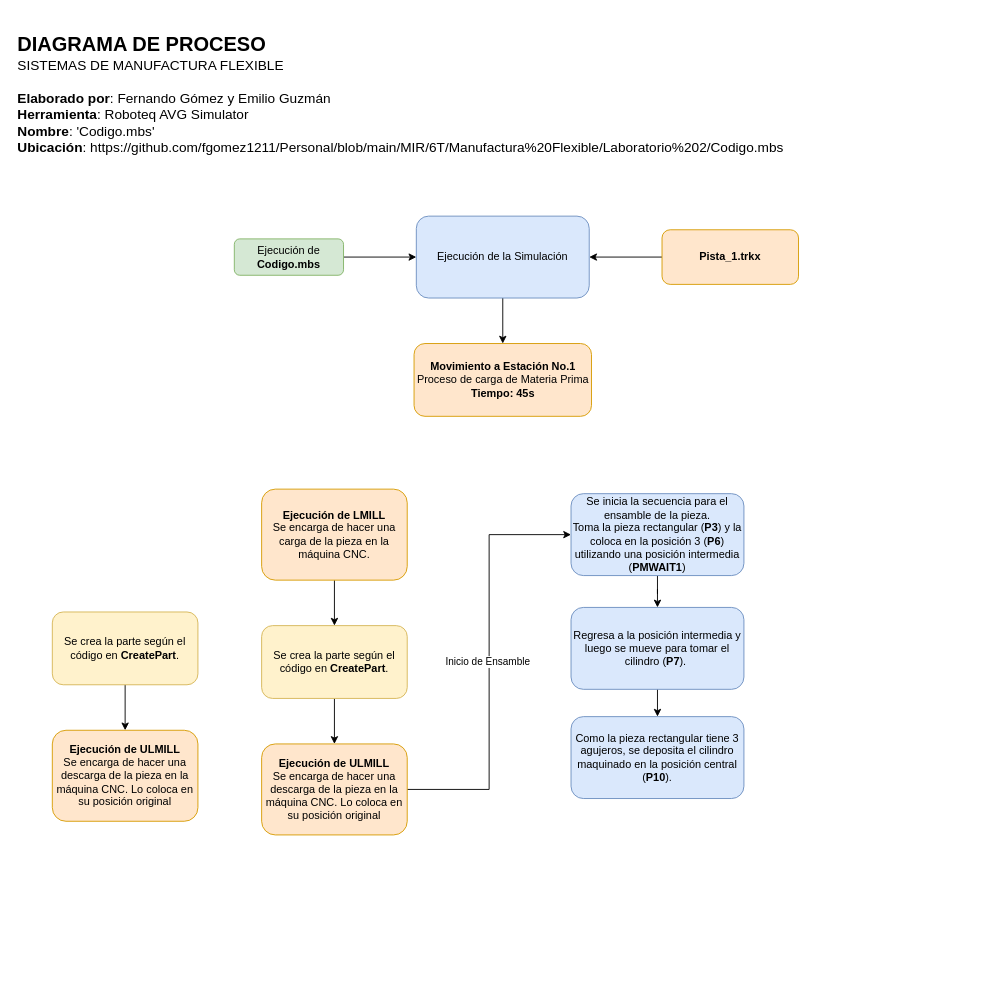
Before: MIR/6T/Manufactura Flexible/Laboratorio 2/Laboratorio 2 - Diagrama de Proceso.drawio in fgomez1211/Personal, a draw.io diagram. Source tidied: cells renumbered, new cells numbered last; positions are measured from the earlier drawing's top-left corner, leaving out a move shared by most shapes. Both pictures are drawn from the tidied source at 91%, with x=0, y=0 at pixel (15, 15).
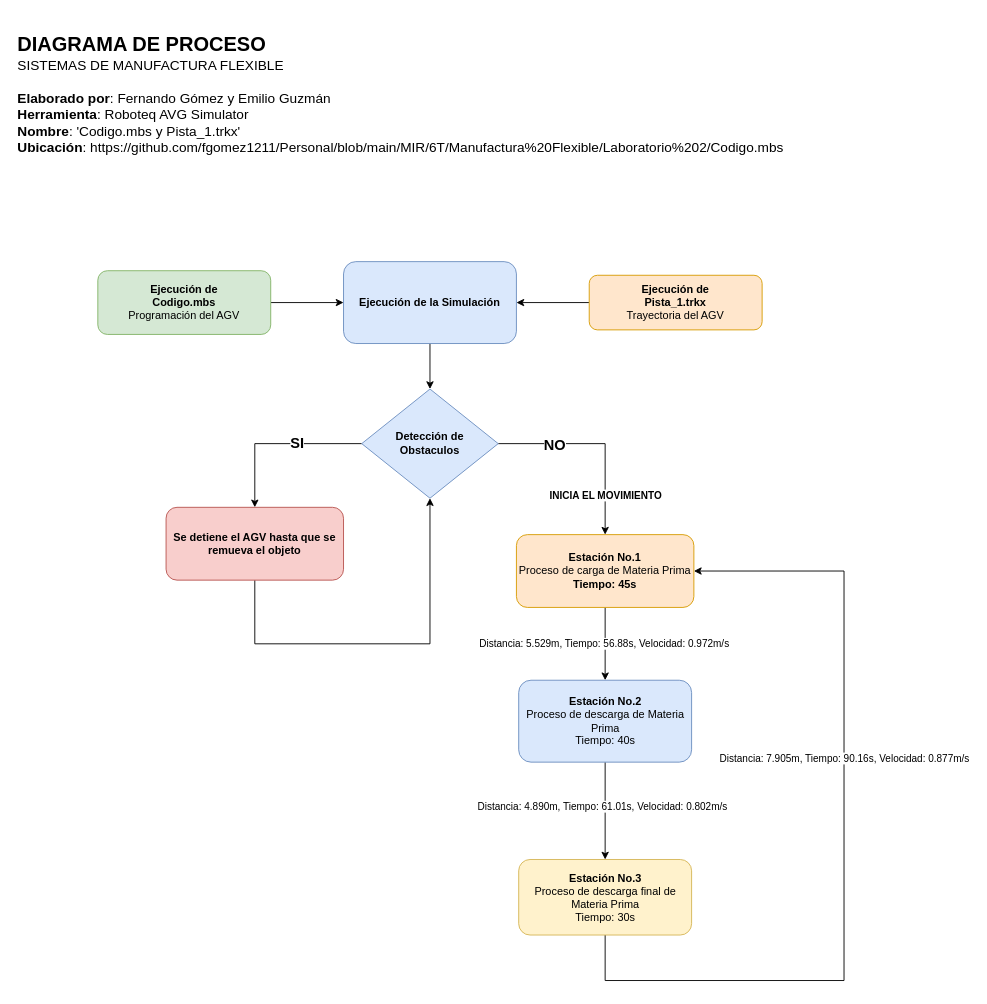
After the change.

What changed in the source:
```diff
@@
-    <mxCell id="3" value="Ejecución de &lt;b&gt;Codigo.mbs&lt;/b&gt;" style="rounded=1;whiteSpace=wrap;html=1;fontSize=12;glass=0;strokeWidth=1;shadow=0;fillColor=#d5e8d4;strokeColor=#82b366;" parent="1" vertex="1">
-      <mxGeometry x="240" y="245" width="120" height="40" as="geometry" />
+    <mxCell id="3" value="&lt;b&gt;Ejecución de &lt;/b&gt;&lt;br&gt;&lt;b&gt;Codigo.mbs&lt;/b&gt;&lt;br&gt;Programación del AGV" style="rounded=1;whiteSpace=wrap;html=1;fontSize=12;glass=0;strokeWidth=1;shadow=0;fillColor=#d5e8d4;strokeColor=#82b366;" parent="1" vertex="1">
+      <mxGeometry x="90" y="280" width="190" height="70" as="geometry" />
     </mxCell>
+    <mxCell id="24" value="Distancia: 5.529m, Tiempo: 56.88s, Velocidad: 0.972m/s&amp;nbsp;" style="edgeStyle=orthogonalEdgeStyle;rounded=0;jettySize=auto;html=1;exitX=0.5;exitY=1;exitDx=0;exitDy=0;entryX=0.5;entryY=0;entryDx=0;entryDy=0;" parent="1" edge="1" source="4" target="8">
+      <mxGeometry relative="1" as="geometry" />
+    </mxCell>
-    <mxCell id="4" value="&lt;b&gt;Movimiento a Estación No.1&lt;/b&gt;&lt;br&gt;Proceso de carga de Materia Prima&lt;br&gt;&lt;b&gt;Tiempo: 45s&lt;/b&gt;" style="whiteSpace=wrap;html=1;rounded=1;glass=0;strokeWidth=1;shadow=0;fillColor=#ffe6cc;strokeColor=#d79b00;" parent="1" vertex="1">
-      <mxGeometry x="437.5" y="360" width="195" height="80" as="geometry" />
+    <mxCell id="4" value="&lt;b&gt;Estación No.1&lt;/b&gt;&lt;br&gt;Proceso de carga de Materia Prima&lt;br&gt;&lt;b&gt;Tiempo: 45s&lt;/b&gt;" style="whiteSpace=wrap;html=1;rounded=1;glass=0;strokeWidth=1;shadow=0;fillColor=#ffe6cc;strokeColor=#d79b00;" parent="1" vertex="1">
+      <mxGeometry x="550" y="570" width="195" height="80" as="geometry" />
     </mxCell>
-    <mxCell id="5" style="edgeStyle=orthogonalEdgeStyle;rounded=0;jettySize=auto;html=1;entryX=0.5;entryY=0;entryDx=0;entryDy=0;" parent="1" edge="1" source="6" target="12">
-      <mxGeometry relative="1" as="geometry" />
-    </mxCell>
-    <mxCell id="6" value="Se crea la parte según el código en &lt;b&gt;CreatePart&lt;/b&gt;." style="whiteSpace=wrap;html=1;rounded=1;glass=0;strokeWidth=1;shadow=0;fillColor=#fff2cc;strokeColor=#d6b656;" parent="1" vertex="1">
-      <mxGeometry x="40" y="655" width="160" height="80" as="geometry" />
-    </mxCell>
-    <mxCell id="7" style="edgeStyle=orthogonalEdgeStyle;rounded=0;jettySize=auto;html=1;exitX=0.5;exitY=1;exitDx=0;exitDy=0;" parent="1" edge="1" source="8" target="20">
-      <mxGeometry relative="1" as="geometry" />
-    </mxCell>
+    <mxCell id="25" style="edgeStyle=orthogonalEdgeStyle;rounded=0;jettySize=auto;html=1;exitX=0.5;exitY=1;exitDx=0;exitDy=0;" parent="1" edge="1" source="8" target="30">
+      <mxGeometry relative="1" as="geometry" />
+    </mxCell>
+    <mxCell id="26" value="Distancia: 4.890m, Tiempo: 61.01s, Velocidad: 0.802m/s&amp;nbsp;" style="edgeLabel;html=1;align=center;verticalAlign=middle;" parent="25" vertex="1">
+      <mxGeometry x="-0.1" y="-2" relative="1" as="geometry" />
+    </mxCell>
-    <mxCell id="8" value="Se inicia la secuencia para el ensamble de la pieza. &lt;br&gt;Toma la pieza rectangular (&lt;b&gt;P3&lt;/b&gt;) y la coloca en la posición 3 (&lt;b&gt;P6&lt;/b&gt;) utilizando una posición intermedia (&lt;b&gt;PMWAIT1&lt;/b&gt;)" style="whiteSpace=wrap;html=1;rounded=1;glass=0;strokeWidth=1;shadow=0;fillColor=#dae8fc;strokeColor=#6c8ebf;" parent="1" vertex="1">
-      <mxGeometry x="610" y="525" width="190" height="90" as="geometry" />
+    <mxCell id="8" value="&lt;b&gt;Estación No.2&lt;br&gt;&lt;/b&gt;Proceso de descarga de Materia Prima&lt;br&gt;Tiempo: 40s" style="whiteSpace=wrap;html=1;rounded=1;glass=0;strokeWidth=1;shadow=0;fillColor=#dae8fc;strokeColor=#6c8ebf;" parent="1" vertex="1">
+      <mxGeometry x="552.5" y="730" width="190" height="90" as="geometry" />
     </mxCell>
-    <mxCell id="9" value="&lt;b style=&quot;font-size: 22px;&quot;&gt;DIAGRAMA DE PROCESO&lt;br&gt;&lt;/b&gt;&lt;font style=&quot;font-size: 15px;&quot;&gt;&lt;span style=&quot;font-size: 15px;&quot;&gt;SISTEMAS DE MANUFACTURA FLEXIBLE&lt;br&gt;&lt;/span&gt;&lt;br&gt;&lt;span style=&quot;font-size: 15px;&quot;&gt;&lt;b&gt;Elaborado por&lt;/b&gt;: Fernando Gómez y Emilio Guzmán&lt;/span&gt;&lt;br&gt;&lt;span style=&quot;font-size: 15px;&quot;&gt;&lt;b&gt;Herramienta&lt;/b&gt;: Roboteq AVG Simulator&lt;/span&gt;&lt;br&gt;&lt;span style=&quot;font-size: 15px;&quot;&gt;&lt;b&gt;Nombre&lt;/b&gt;: 'Codigo.mbs'&lt;/span&gt;&lt;br&gt;&lt;font style=&quot;font-size: 15px;&quot;&gt;&lt;b&gt;Ubicación&lt;/b&gt;:&amp;nbsp;https://github.com/fgomez1211/Personal/blob/main/MIR/6T/Manufactura%20Flexible/Laboratorio%202/Codigo.mbs&lt;br&gt;&lt;/font&gt;&lt;br&gt;&lt;/font&gt;" style="text;html=1;strokeColor=none;fillColor=none;align=left;verticalAlign=middle;whiteSpace=wrap;rounded=0;" parent="1" vertex="1">
+    <mxCell id="9" value="&lt;b style=&quot;font-size: 22px;&quot;&gt;DIAGRAMA DE PROCESO&lt;br&gt;&lt;/b&gt;&lt;font style=&quot;font-size: 15px;&quot;&gt;&lt;span style=&quot;font-size: 15px;&quot;&gt;SISTEMAS DE MANUFACTURA FLEXIBLE&lt;br&gt;&lt;/span&gt;&lt;br&gt;&lt;span style=&quot;font-size: 15px;&quot;&gt;&lt;b&gt;Elaborado por&lt;/b&gt;: Fernando Gómez y Emilio Guzmán&lt;/span&gt;&lt;br&gt;&lt;span style=&quot;font-size: 15px;&quot;&gt;&lt;b&gt;Herramienta&lt;/b&gt;: Roboteq AVG Simulator&lt;/span&gt;&lt;br&gt;&lt;span style=&quot;font-size: 15px;&quot;&gt;&lt;b&gt;Nombre&lt;/b&gt;: 'Codigo.mbs y Pista_1.trkx'&lt;/span&gt;&lt;br&gt;&lt;font style=&quot;font-size: 15px;&quot;&gt;&lt;b&gt;Ubicación&lt;/b&gt;:&amp;nbsp;https://github.com/fgomez1211/Personal/blob/main/MIR/6T/Manufactura%20Flexible/Laboratorio%202/Codigo.mbs&lt;br&gt;&lt;/font&gt;&lt;br&gt;&lt;/font&gt;" style="text;html=1;strokeColor=none;fillColor=none;align=left;verticalAlign=middle;whiteSpace=wrap;rounded=0;" parent="1" vertex="1">
       <mxGeometry width="860" height="190" as="geometry" />
     </mxCell>
@@
-    <mxCell id="11" value="&lt;b&gt;Pista_1.trkx&lt;/b&gt;" style="whiteSpace=wrap;html=1;rounded=1;glass=0;strokeWidth=1;shadow=0;fillColor=#ffe6cc;strokeColor=#d79b00;" parent="1" vertex="1">
-      <mxGeometry x="710" y="235" width="150" height="60" as="geometry" />
+    <mxCell id="11" value="&lt;b&gt;Ejecución de&lt;/b&gt;&lt;br&gt;&lt;b&gt;Pista_1.trkx&lt;/b&gt;&lt;br&gt;Trayectoria del AGV" style="whiteSpace=wrap;html=1;rounded=1;glass=0;strokeWidth=1;shadow=0;fillColor=#ffe6cc;strokeColor=#d79b00;" parent="1" vertex="1">
+      <mxGeometry x="630" y="285" width="190" height="60" as="geometry" />
     </mxCell>
-    <mxCell id="12" value="&lt;b&gt;Ejecución de ULMILL&lt;br&gt;&lt;/b&gt;Se encarga de hacer una descarga de la pieza en la máquina CNC. Lo coloca en su posición original" style="whiteSpace=wrap;html=1;rounded=1;glass=0;strokeWidth=1;shadow=0;fillColor=#ffe6cc;strokeColor=#d79b00;" parent="1" vertex="1">
-      <mxGeometry x="40" y="785" width="160" height="100" as="geometry" />
-    </mxCell>
-    <mxCell id="13" style="edgeStyle=orthogonalEdgeStyle;rounded=0;jettySize=auto;html=1;entryX=0.5;entryY=0;entryDx=0;entryDy=0;" parent="1" edge="1" source="14" target="16">
-      <mxGeometry relative="1" as="geometry" />
-    </mxCell>
-    <mxCell id="14" value="&lt;b&gt;Ejecución de LMILL&lt;br&gt;&lt;/b&gt;Se encarga de hacer una carga de la pieza en la máquina CNC." style="whiteSpace=wrap;html=1;rounded=1;glass=0;strokeWidth=1;shadow=0;fillColor=#ffe6cc;strokeColor=#d79b00;" parent="1" vertex="1">
-      <mxGeometry x="270" y="520" width="160" height="100" as="geometry" />
-    </mxCell>
-    <mxCell id="15" style="edgeStyle=orthogonalEdgeStyle;rounded=0;jettySize=auto;html=1;exitX=0.5;exitY=1;exitDx=0;exitDy=0;entryX=0.5;entryY=0;entryDx=0;entryDy=0;" parent="1" edge="1" source="16" target="18">
-      <mxGeometry relative="1" as="geometry" />
-    </mxCell>
-    <mxCell id="16" value="Se crea la parte según el código en &lt;b&gt;CreatePart&lt;/b&gt;." style="whiteSpace=wrap;html=1;rounded=1;glass=0;strokeWidth=1;shadow=0;fillColor=#fff2cc;strokeColor=#d6b656;" parent="1" vertex="1">
-      <mxGeometry x="270" y="670" width="160" height="80" as="geometry" />
-    </mxCell>
-    <mxCell id="17" value="Inicio de Ensamble&amp;nbsp;" style="edgeStyle=orthogonalEdgeStyle;rounded=0;jettySize=auto;html=1;exitX=1;exitY=0.5;exitDx=0;exitDy=0;entryX=0;entryY=0.5;entryDx=0;entryDy=0;" parent="1" edge="1" source="18" target="8">
-      <mxGeometry relative="1" as="geometry">
-        <Array as="points">
-          <mxPoint x="520" y="850" />
-          <mxPoint x="520" y="570" />
-        </Array>
-      </mxGeometry>
-    </mxCell>
-    <mxCell id="18" value="&lt;b&gt;Ejecución de ULMILL&lt;br&gt;&lt;/b&gt;Se encarga de hacer una descarga de la pieza en la máquina CNC. Lo coloca en su posición original" style="whiteSpace=wrap;html=1;rounded=1;glass=0;strokeWidth=1;shadow=0;fillColor=#ffe6cc;strokeColor=#d79b00;" parent="1" vertex="1">
-      <mxGeometry x="270" y="800" width="160" height="100" as="geometry" />
-    </mxCell>
-    <mxCell id="19" style="edgeStyle=orthogonalEdgeStyle;rounded=0;jettySize=auto;html=1;exitX=0.5;exitY=1;exitDx=0;exitDy=0;entryX=0.5;entryY=0;entryDx=0;entryDy=0;" parent="1" edge="1" source="20" target="21">
-      <mxGeometry relative="1" as="geometry" />
-    </mxCell>
-    <mxCell id="20" value="Regresa a la posición intermedia y luego se mueve para tomar el cilindro (&lt;b&gt;P7&lt;/b&gt;).&amp;nbsp;" style="whiteSpace=wrap;html=1;rounded=1;glass=0;strokeWidth=1;shadow=0;fillColor=#dae8fc;strokeColor=#6c8ebf;" parent="1" vertex="1">
-      <mxGeometry x="610" y="650" width="190" height="90" as="geometry" />
-    </mxCell>
-    <mxCell id="21" value="Como la pieza rectangular tiene 3 agujeros, se deposita el cilindro maquinado en la posición central (&lt;b&gt;P10&lt;/b&gt;)." style="whiteSpace=wrap;html=1;rounded=1;glass=0;strokeWidth=1;shadow=0;fillColor=#dae8fc;strokeColor=#6c8ebf;" parent="1" vertex="1">
-      <mxGeometry x="610" y="770" width="190" height="90" as="geometry" />
-    </mxCell>
-    <mxCell id="22" style="edgeStyle=orthogonalEdgeStyle;rounded=0;jettySize=auto;html=1;exitX=0.5;exitY=1;exitDx=0;exitDy=0;entryX=0.5;entryY=0;entryDx=0;entryDy=0;" parent="1" edge="1" source="23" target="4">
-      <mxGeometry relative="1" as="geometry" />
-    </mxCell>
+    <mxCell id="27" style="edgeStyle=orthogonalEdgeStyle;rounded=0;jettySize=auto;html=1;exitX=0.5;exitY=1;exitDx=0;exitDy=0;entryX=0.5;entryY=0;entryDx=0;entryDy=0;" parent="1" edge="1" source="23" target="36">
+      <mxGeometry relative="1" as="geometry" />
+    </mxCell>
-    <mxCell id="23" value="Ejecución de la Simulación" style="whiteSpace=wrap;html=1;rounded=1;glass=0;strokeWidth=1;shadow=0;fillColor=#dae8fc;strokeColor=#6c8ebf;" parent="1" vertex="1">
-      <mxGeometry x="440" y="220" width="190" height="90" as="geometry" />
+    <mxCell id="23" value="&lt;b&gt;Ejecución de la Simulación&lt;/b&gt;" style="whiteSpace=wrap;html=1;rounded=1;glass=0;strokeWidth=1;shadow=0;fillColor=#dae8fc;strokeColor=#6c8ebf;" parent="1" vertex="1">
+      <mxGeometry x="360" y="270" width="190" height="90" as="geometry" />
     </mxCell>
+    <mxCell id="28" style="edgeStyle=orthogonalEdgeStyle;rounded=0;jettySize=auto;html=1;exitX=0.5;exitY=1;exitDx=0;exitDy=0;entryX=1;entryY=0.5;entryDx=0;entryDy=0;" parent="1" edge="1" source="30" target="4">
+      <mxGeometry relative="1" as="geometry">
+        <Array as="points">
+          <mxPoint x="648" y="1060" />
+          <mxPoint x="910" y="1060" />
+          <mxPoint x="910" y="610" />
+        </Array>
+      </mxGeometry>
+    </mxCell>
+    <mxCell id="29" value="Distancia: 7.905m, Tiempo: 90.16s, Velocidad: 0.877m/s&amp;nbsp;" style="edgeLabel;html=1;align=center;verticalAlign=middle;" parent="28" vertex="1">
+      <mxGeometry x="0.2" y="-1" relative="1" as="geometry" />
+    </mxCell>
+    <mxCell id="30" value="&lt;b style=&quot;border-color: var(--border-color);&quot;&gt;Estación No.3&lt;br style=&quot;border-color: var(--border-color);&quot;&gt;&lt;/b&gt;Proceso de descarga final de Materia Prima&lt;br style=&quot;border-color: var(--border-color);&quot;&gt;Tiempo: 30s" style="whiteSpace=wrap;html=1;rounded=1;glass=0;strokeWidth=1;shadow=0;fillColor=#fff2cc;strokeColor=#d6b656;" parent="1" vertex="1">
+      <mxGeometry x="552.5" y="927" width="190" height="83" as="geometry" />
+    </mxCell>
+    <mxCell id="31" style="edgeStyle=orthogonalEdgeStyle;rounded=0;jettySize=auto;html=1;exitX=1;exitY=0.5;exitDx=0;exitDy=0;entryX=0.5;entryY=0;entryDx=0;entryDy=0;" parent="1" edge="1" source="36" target="4">
+      <mxGeometry relative="1" as="geometry" />
+    </mxCell>
+    <mxCell id="32" value="&lt;b style=&quot;font-size: 16px;&quot;&gt;NO&lt;/b&gt;" style="edgeLabel;html=1;align=center;verticalAlign=middle;fontSize=16;" parent="31" vertex="1">
+      <mxGeometry x="-0.21" y="1" relative="1" as="geometry">
+        <mxPoint x="-25" y="1" as="offset" />
+      </mxGeometry>
+    </mxCell>
+    <mxCell id="33" value="INICIA EL MOVIMIENTO" style="edgeLabel;html=1;align=center;verticalAlign=middle;fontStyle=1;" parent="31" vertex="1">
+      <mxGeometry x="0.6" relative="1" as="geometry" />
+    </mxCell>
+    <mxCell id="34" style="edgeStyle=orthogonalEdgeStyle;rounded=0;jettySize=auto;html=1;exitX=0;exitY=0.5;exitDx=0;exitDy=0;" parent="1" edge="1" source="36" target="38">
+      <mxGeometry relative="1" as="geometry" />
+    </mxCell>
+    <mxCell id="35" value="&lt;b style=&quot;font-size: 16px;&quot;&gt;SI&lt;/b&gt;" style="edgeLabel;html=1;align=center;verticalAlign=middle;fontSize=16;" parent="34" vertex="1">
+      <mxGeometry x="-0.23" y="-2" relative="1" as="geometry" />
+    </mxCell>
+    <mxCell id="36" value="&lt;b&gt;Detección de &lt;br&gt;Obstaculos&lt;/b&gt;" style="rhombus;whiteSpace=wrap;html=1;fillColor=#dae8fc;strokeColor=#6c8ebf;" parent="1" vertex="1">
+      <mxGeometry x="380" y="410" width="150" height="120" as="geometry" />
+    </mxCell>
+    <mxCell id="37" style="edgeStyle=orthogonalEdgeStyle;rounded=0;jettySize=auto;html=1;exitX=0.5;exitY=1;exitDx=0;exitDy=0;entryX=0.5;entryY=1;entryDx=0;entryDy=0;" parent="1" edge="1" source="38" target="36">
+      <mxGeometry relative="1" as="geometry">
+        <Array as="points">
+          <mxPoint x="262" y="690" />
+          <mxPoint x="455" y="690" />
+        </Array>
+      </mxGeometry>
+    </mxCell>
+    <mxCell id="38" value="&lt;b&gt;Se detiene el AGV hasta que se remueva el objeto&lt;/b&gt;" style="whiteSpace=wrap;html=1;rounded=1;glass=0;strokeWidth=1;shadow=0;fillColor=#f8cecc;strokeColor=#b85450;" parent="1" vertex="1">
+      <mxGeometry x="165" y="540" width="195" height="80" as="geometry" />
+    </mxCell>
```
